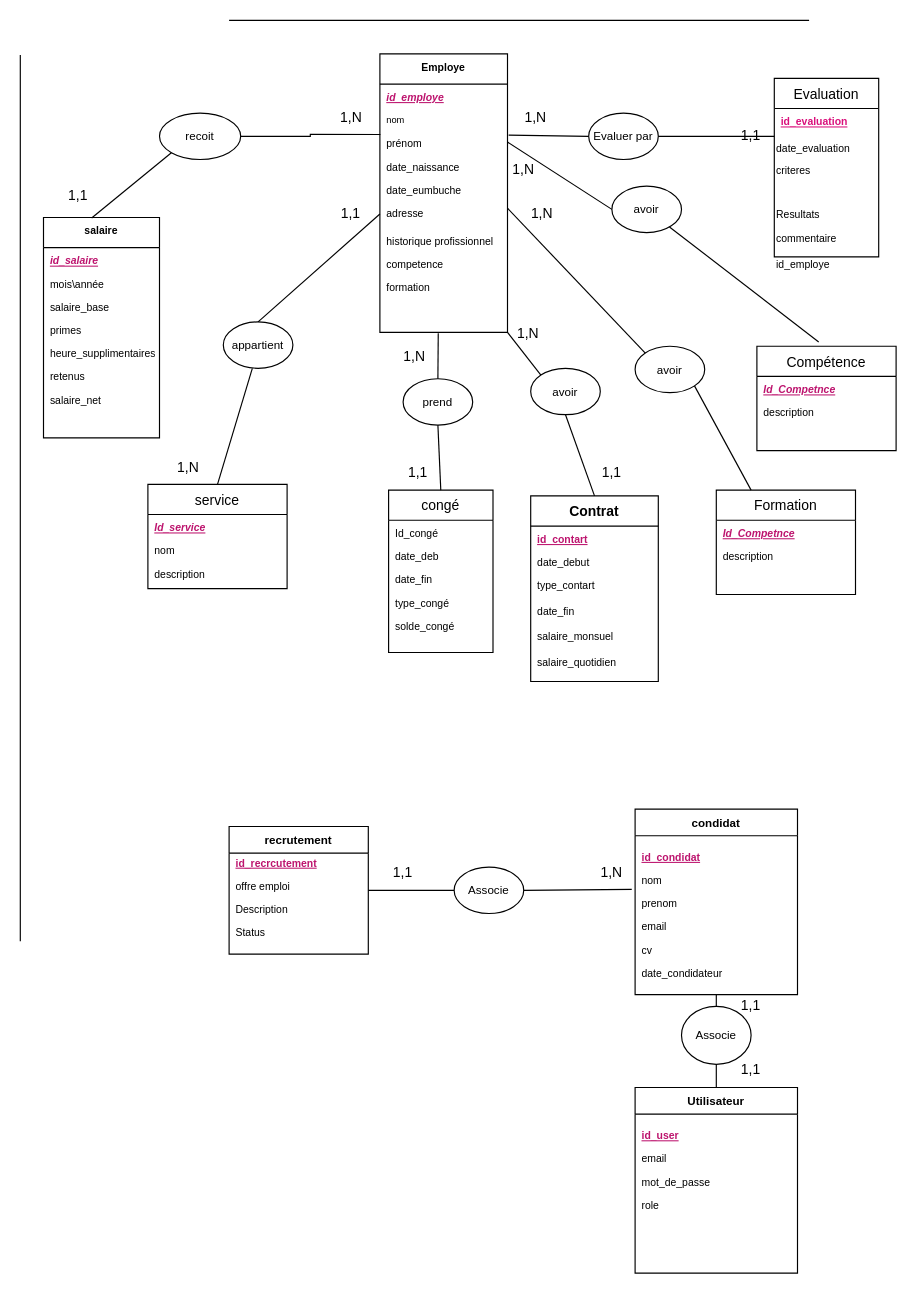
This is Untitled Diagram.drawio from Emelissa1266/Projet-Gestion-RH, a draw.io file, before an edit. Source tidied: cells renumbered, new cells numbered last; positions are measured from the earlier drawing's top-left corner, leaving out a move shared by most shapes. Both pictures are drawn from the tidied source at 116%, with x=0, y=0 at pixel (20, 20).
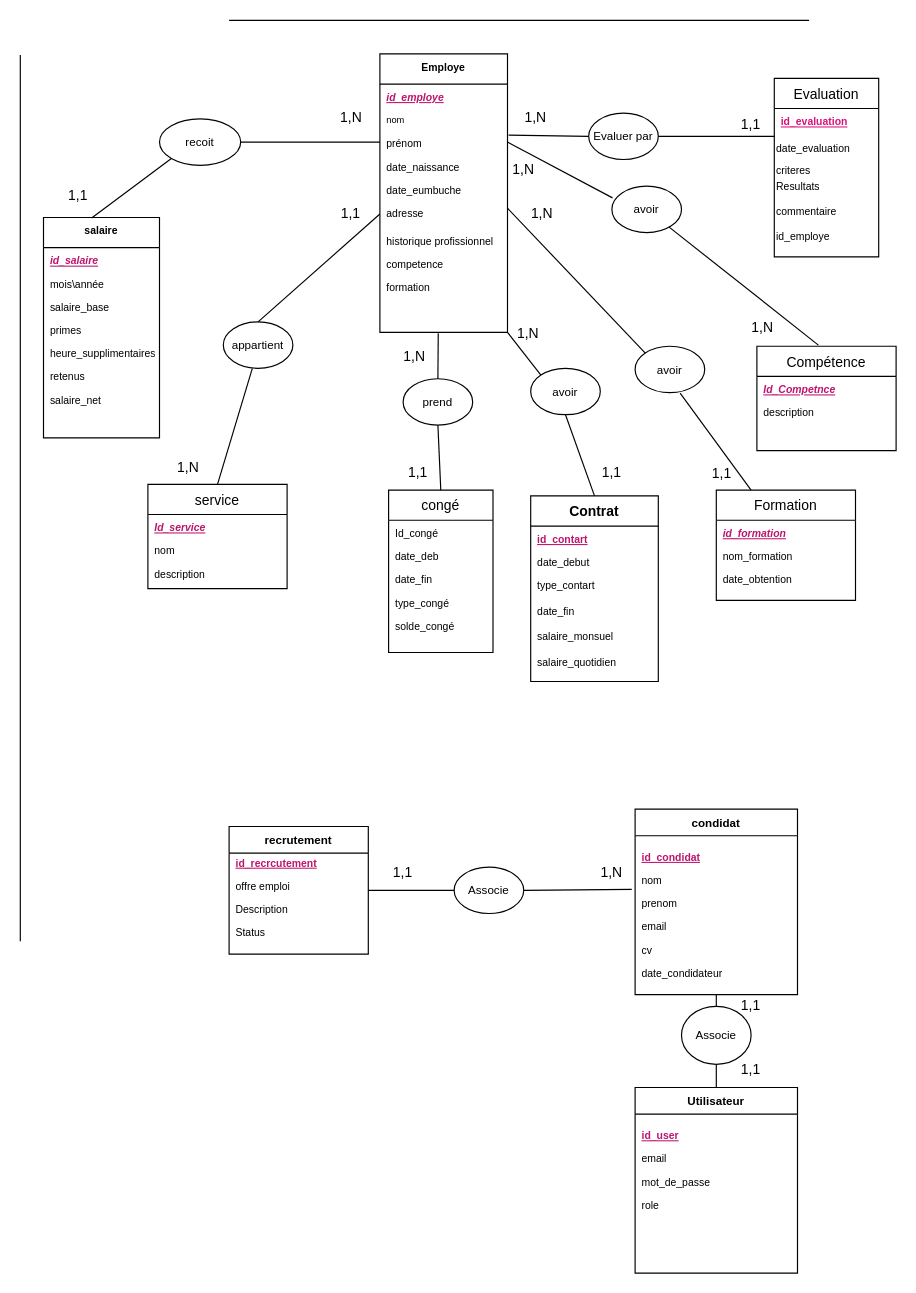
Above is the later version.

The change refers to these unchanged cells:
```xml
<mxCell id="5" value="prénom" style="text;align=left;verticalAlign=top;spacingLeft=4;spacingRight=4;overflow=hidden;points=[[0,0.5],[1,0.5]];portConstraint=eastwest;fontSize=9;labelBackgroundColor=none;" parent="2" vertex="1">
  <mxGeometry y="66" width="110" height="20" as="geometry" />
</mxCell>
<mxCell id="34" value="Evaluation" style="swimlane;fontStyle=0;align=center;verticalAlign=top;horizontal=1;startSize=26;rounded=0;shadow=0;strokeWidth=1;labelBackgroundColor=none;" parent="1" vertex="1">
  <mxGeometry x="650" y="50" width="90" height="154" as="geometry" />
</mxCell>
<mxCell id="91" value="Compétence" style="swimlane;fontStyle=0;align=center;verticalAlign=top;horizontal=1;startSize=26;rounded=0;shadow=0;strokeWidth=1;labelBackgroundColor=none;" parent="1" vertex="1">
  <mxGeometry x="635" y="281" width="120" height="90" as="geometry" />
</mxCell>
<mxCell id="95" value="&lt;font size=&quot;1&quot;&gt;avoir&lt;/font&gt;" style="ellipse;whiteSpace=wrap;html=1;labelBackgroundColor=none;" parent="1" vertex="1">
  <mxGeometry x="510" y="143" width="60" height="40" as="geometry" />
</mxCell>
<mxCell id="101" value="&lt;font size=&quot;1&quot;&gt;avoir&lt;/font&gt;" style="ellipse;whiteSpace=wrap;html=1;labelBackgroundColor=none;" parent="1" vertex="1">
  <mxGeometry x="530" y="281" width="60" height="40" as="geometry" />
</mxCell>
```

The edit, as a diff of the source:
```diff
@@
+    <mxCell id="60" value="Resultats&lt;div&gt;&lt;br&gt;&lt;div&gt;&lt;font&gt;commentaire&lt;/font&gt;&lt;/div&gt;&lt;/div&gt;&lt;div&gt;&lt;font&gt;&lt;br&gt;&lt;/font&gt;&lt;/div&gt;&lt;div&gt;&lt;font&gt;id_employe&lt;/font&gt;&lt;/div&gt;" style="text;html=1;align=left;verticalAlign=middle;whiteSpace=wrap;rounded=0;fontSize=9;" parent="34" vertex="1">
+      <mxGeometry y="90" width="90" height="50" as="geometry" />
+    </mxCell>
@@
     <mxCell id="42" value="&lt;font size=&quot;1&quot;&gt;recoit&lt;/font&gt;" style="ellipse;whiteSpace=wrap;html=1;labelBackgroundColor=none;" parent="1" vertex="1">
-      <mxGeometry x="120" y="80" width="70" height="40" as="geometry" />
+      <mxGeometry x="120" y="85" width="70" height="40" as="geometry" />
     </mxCell>
-    <mxCell id="43" style="endArrow=none;html=1;edgeStyle=orthogonalEdgeStyle;rounded=0;entryX=0.004;entryY=0.172;entryDx=0;entryDy=0;entryPerimeter=0;labelBackgroundColor=none;fontColor=default;" parent="1" edge="1" source="42" target="5">
-      <mxGeometry relative="1" as="geometry" />
-    </mxCell>
@@
-    <mxCell id="60" value="Resultats&lt;div&gt;&lt;br&gt;&lt;div&gt;&lt;font&gt;commentaire&lt;/font&gt;&lt;/div&gt;&lt;/div&gt;&lt;div&gt;&lt;font&gt;&lt;br&gt;&lt;/font&gt;&lt;/div&gt;&lt;div&gt;&lt;font&gt;id_employe&lt;/font&gt;&lt;/div&gt;" style="text;html=1;align=left;verticalAlign=middle;whiteSpace=wrap;rounded=0;fontSize=9;" parent="1" vertex="1">
-      <mxGeometry x="650" y="174" width="90" height="30" as="geometry" />
-    </mxCell>
@@
     <mxCell id="90" value="1,1" style="text;html=1;align=center;verticalAlign=middle;whiteSpace=wrap;rounded=0;labelBackgroundColor=none;" parent="1" vertex="1">
-      <mxGeometry x="600" y="86.5" width="60" height="27" as="geometry" />
+      <mxGeometry x="600" y="80" width="60" height="20" as="geometry" />
     </mxCell>
@@
-    <mxCell id="96" style="endArrow=none;html=1;rounded=0;exitX=1;exitY=0.5;exitDx=0;exitDy=0;entryX=0;entryY=0.5;entryDx=0;entryDy=0;" parent="1" edge="1" source="5" target="95">
+    <mxCell id="96" style="endArrow=none;html=1;rounded=0;exitX=1;exitY=0.5;exitDx=0;exitDy=0;entryX=0.009;entryY=0.252;entryDx=0;entryDy=0;entryPerimeter=0;" parent="1" edge="1" source="5" target="95">
       <mxGeometry relative="1" as="geometry" />
     </mxCell>
-    <mxCell id="97" style="endArrow=none;html=1;rounded=0;exitX=0.444;exitY=-0.041;exitDx=0;exitDy=0;exitPerimeter=0;" parent="1" edge="1" source="91" target="95">
-      <mxGeometry relative="1" as="geometry" />
+    <mxCell id="97" style="endArrow=none;html=1;rounded=0;" parent="1" edge="1" target="95">
+      <mxGeometry relative="1" as="geometry">
+        <mxPoint x="688" y="280" as="sourcePoint" />
+      </mxGeometry>
     </mxCell>
     <mxCell id="98" value="Formation" style="swimlane;fontStyle=0;align=center;verticalAlign=top;horizontal=1;startSize=26;rounded=0;shadow=0;strokeWidth=1;labelBackgroundColor=none;" parent="1" vertex="1">
-      <mxGeometry x="600" y="405" width="120" height="90" as="geometry" />
+      <mxGeometry x="600" y="405" width="120" height="95" as="geometry" />
     </mxCell>
-    <mxCell id="99" value="Id_Competnce" style="text;align=left;verticalAlign=top;spacingLeft=4;spacingRight=4;overflow=hidden;fontSize=9;fontStyle=7;labelBackgroundColor=none;fontColor=#BD146E;" parent="98" vertex="1">
+    <mxCell id="99" value="id_formation" style="text;align=left;verticalAlign=top;spacingLeft=4;spacingRight=4;overflow=hidden;fontSize=9;fontStyle=7;labelBackgroundColor=none;fontColor=#BD146E;" parent="98" vertex="1">
       <mxGeometry y="26" width="120" height="20" as="geometry" />
     </mxCell>
-    <mxCell id="100" value="description" style="text;align=left;verticalAlign=top;spacingLeft=4;spacingRight=4;overflow=hidden;fontSize=9;labelBackgroundColor=none;" parent="98" vertex="1">
+    <mxCell id="100" value="nom_formation" style="text;align=left;verticalAlign=top;spacingLeft=4;spacingRight=4;overflow=hidden;fontSize=9;labelBackgroundColor=none;" parent="98" vertex="1">
       <mxGeometry y="46" width="120" height="20" as="geometry" />
     </mxCell>
+    <mxCell id="106" value="date_obtention" style="text;align=left;verticalAlign=top;spacingLeft=4;spacingRight=4;overflow=hidden;fontSize=9;labelBackgroundColor=none;" parent="98" vertex="1">
+      <mxGeometry y="66" width="120" height="20" as="geometry" />
+    </mxCell>
@@
-    <mxCell id="103" style="endArrow=none;html=1;rounded=0;exitX=1;exitY=1;exitDx=0;exitDy=0;entryX=0.25;entryY=0;entryDx=0;entryDy=0;" parent="1" edge="1" source="101" target="98">
+    <mxCell id="103" style="endArrow=none;html=1;rounded=0;exitX=0.647;exitY=1.012;exitDx=0;exitDy=0;entryX=0.25;entryY=0;entryDx=0;entryDy=0;exitPerimeter=0;" parent="1" edge="1" source="101" target="98">
       <mxGeometry relative="1" as="geometry" />
     </mxCell>
@@
+    <mxCell id="107" value="1,N" style="text;html=1;align=center;verticalAlign=middle;whiteSpace=wrap;rounded=0;labelBackgroundColor=none;" parent="1" vertex="1">
+      <mxGeometry x="610" y="255" width="60" height="20" as="geometry" />
+    </mxCell>
+    <mxCell id="108" value="1,1" style="text;html=1;align=center;verticalAlign=middle;whiteSpace=wrap;rounded=0;labelBackgroundColor=none;" parent="1" vertex="1">
+      <mxGeometry x="575" y="381" width="60" height="20" as="geometry" />
+    </mxCell>
+    <mxCell id="43" style="endArrow=none;html=1;rounded=0;exitX=1;exitY=0.5;exitDx=0;exitDy=0;entryX=0;entryY=0.5;entryDx=0;entryDy=0;" parent="1" edge="1" source="42" target="5">
+      <mxGeometry relative="1" as="geometry" />
+    </mxCell>
```
